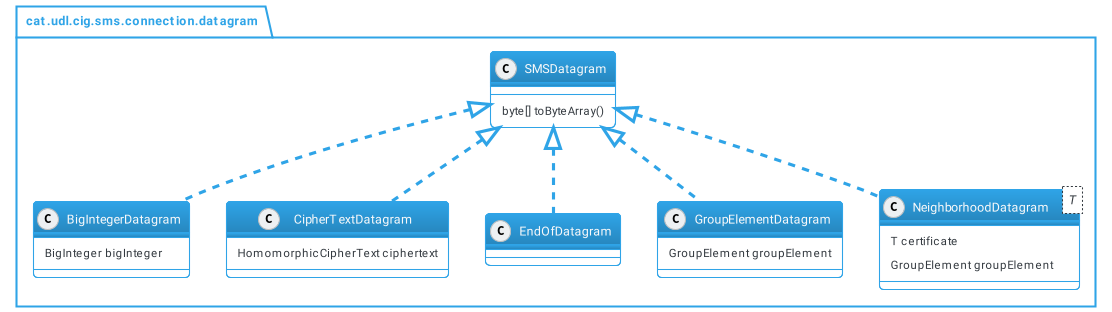
The PlantUML diagram classes/dto.png in Oriolac/tfg, before a commit.
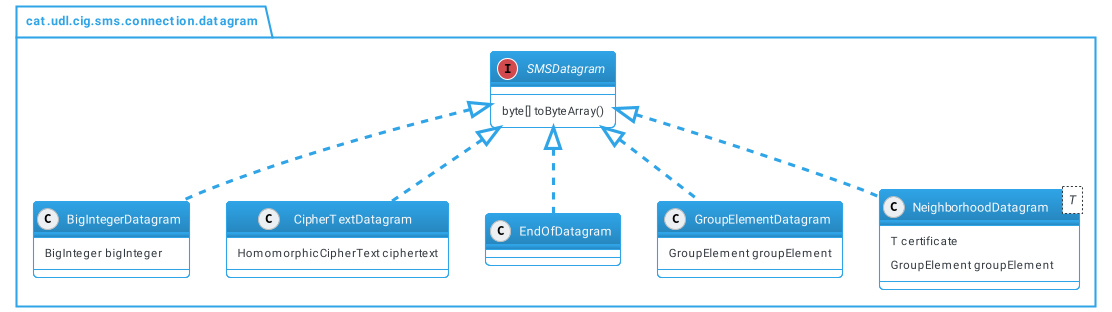
After the change.

Change to the diagram source:
```diff
@@ -1,8 +1,8 @@
 @startuml dto
 !include themes/puml-theme-cerulean-outline.puml
 skinparam backgroundColor #FFFFFF
+namespace cat.udl.cig.sms.connection.datagram {
 interface SMSDatagram
-namespace cat.udl.cig.sms.connection.datagram {
 
 class BigIntegerDatagram
 class CipherTextDatagram
```
